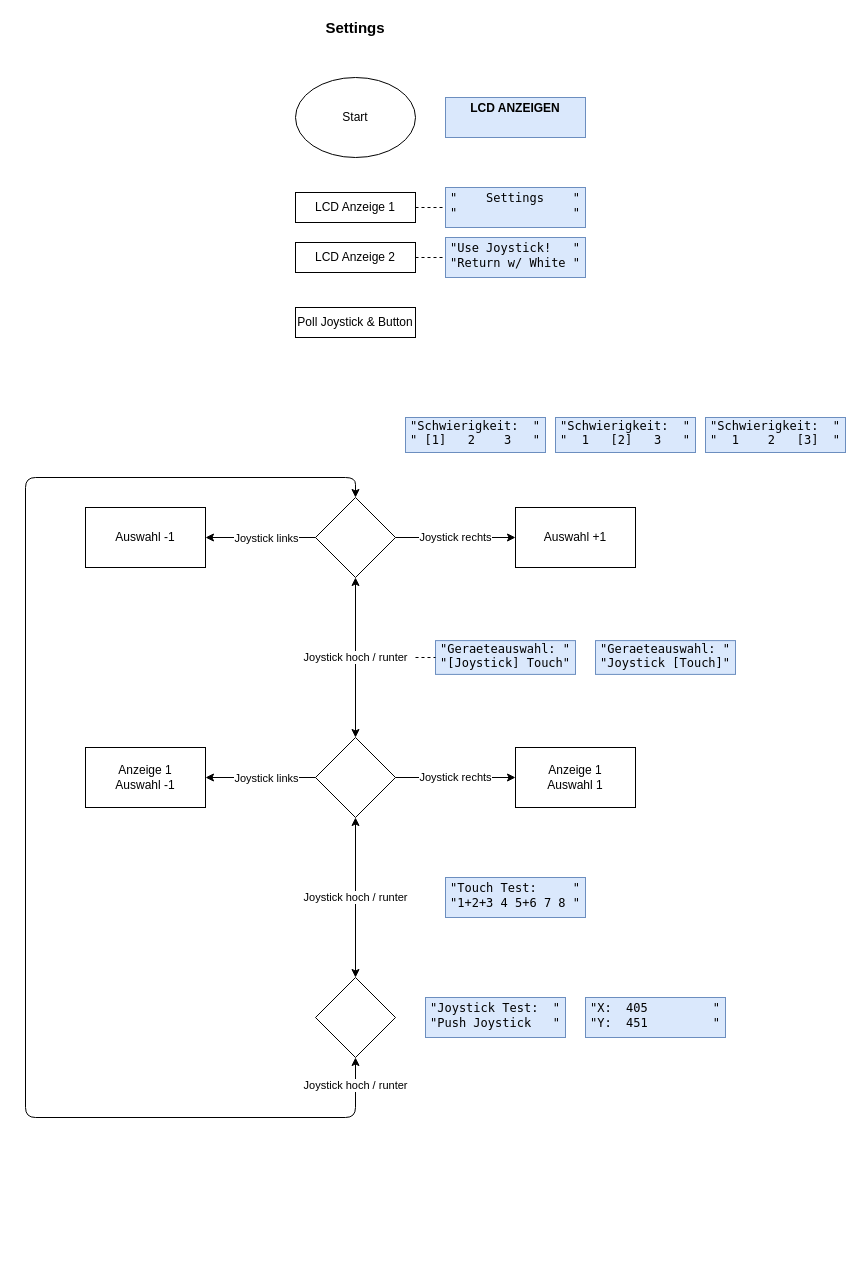
The draw.io diagram page "Settings" (2 of 4) of Untitled Diagram.drawio in Seafesko/Nucleo-Wecker, before the edit. Source tidied: cells renumbered, new cells numbered last; positions are measured from the earlier drawing's top-left corner, leaving out a move shared by most shapes. Both pictures are drawn from the tidied source at 100%, with x=0, y=0 at pixel (25, 17).
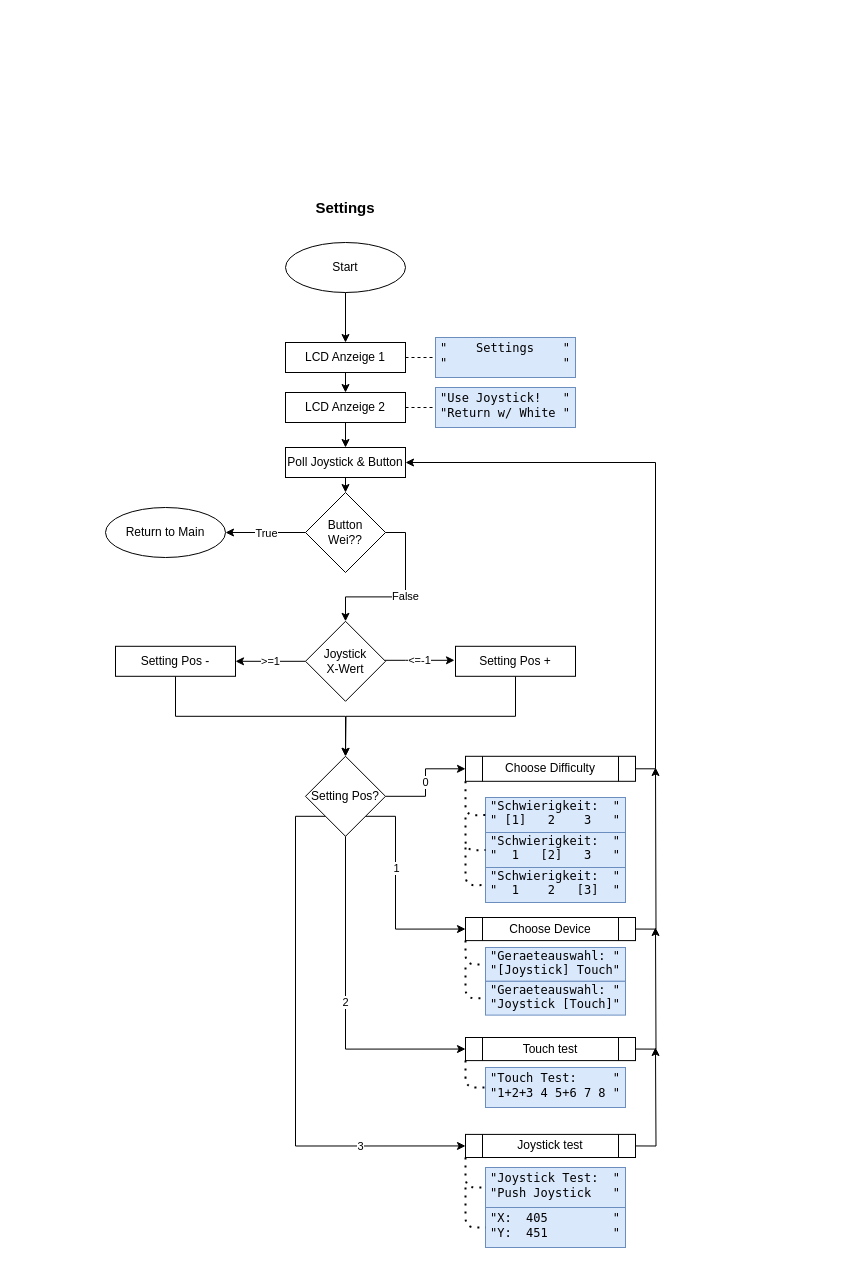
The same page after the edit.

The edit, as a diff of the source:
```diff
@@
     <mxCell id="2" value="&lt;b&gt;&lt;font style=&quot;font-size: 15px&quot;&gt;Settings&lt;/font&gt;&lt;/b&gt;" style="text;html=1;strokeColor=none;fillColor=none;align=center;verticalAlign=middle;whiteSpace=wrap;rounded=0;strokeWidth=4;" parent="1" vertex="1">
-      <mxGeometry x="310" width="40" height="20" as="geometry" />
+      <mxGeometry x="300" y="180" width="40" height="20" as="geometry" />
     </mxCell>
+    <mxCell id="37" style="edgeStyle=orthogonalEdgeStyle;rounded=0;jettySize=auto;html=1;exitX=0.5;exitY=1;exitDx=0;exitDy=0;entryX=0.5;entryY=0;entryDx=0;entryDy=0;" parent="1" edge="1" source="3" target="22">
+      <mxGeometry relative="1" as="geometry" />
+    </mxCell>
     <mxCell id="3" value="Start" style="ellipse;whiteSpace=wrap;html=1;" parent="1" vertex="1">
-      <mxGeometry x="270" y="60" width="120" height="80" as="geometry" />
+      <mxGeometry x="260" y="225" width="120" height="50" as="geometry" />
     </mxCell>
-    <mxCell id="4" value="Joystick hoch / runter" style="edgeStyle=orthogonalEdgeStyle;rounded=0;jettySize=auto;html=1;exitX=0.5;exitY=1;exitDx=0;exitDy=0;entryX=0.5;entryY=0;entryDx=0;entryDy=0;startArrow=classic;startFill=1;" parent="1" edge="1" source="5" target="11">
-      <mxGeometry relative="1" as="geometry" />
-    </mxCell>
+    <mxCell id="38" value="&amp;lt;=-1" style="edgeStyle=orthogonalEdgeStyle;rounded=0;orthogonalLoop=1;jettySize=auto;html=1;exitX=1;exitY=0.5;exitDx=0;exitDy=0;entryX=0;entryY=0.5;entryDx=0;entryDy=0;" parent="1" edge="1">
+      <mxGeometry relative="1" as="geometry">
+        <mxPoint x="359" y="642.8" as="sourcePoint" />
+        <mxPoint x="429" y="642.8" as="targetPoint" />
+        <Array as="points">
+          <mxPoint x="380" y="642.8" />
+          <mxPoint x="380" y="642.8" />
+        </Array>
+      </mxGeometry>
+    </mxCell>
+    <mxCell id="39" value="&amp;gt;=1" style="edgeStyle=orthogonalEdgeStyle;rounded=0;jettySize=auto;html=1;exitX=0;exitY=0.5;exitDx=0;exitDy=0;" parent="1" edge="1" source="5" target="50">
+      <mxGeometry relative="1" as="geometry" />
+    </mxCell>
-    <mxCell id="5" style="rhombus;whiteSpace=wrap;html=1;" parent="1" vertex="1">
-      <mxGeometry x="290" y="480" width="80" height="80" as="geometry" />
+    <mxCell id="5" value="&lt;div&gt;Joystick&lt;/div&gt;&lt;div&gt;X-Wert&lt;br&gt;&lt;/div&gt;" style="rhombus;whiteSpace=wrap;html=1;" parent="1" vertex="1">
+      <mxGeometry x="280" y="603.8" width="80" height="80" as="geometry" />
     </mxCell>
-    <mxCell id="6" value="Joystick rechts" style="endArrow=classic;html=1;" parent="1" edge="1" source="5">
-      <mxGeometry relative="1" as="geometry">
-        <mxPoint x="490" y="520" as="targetPoint" />
-      </mxGeometry>
-    </mxCell>
-    <mxCell id="7" value="&lt;div&gt;Auswahl +1&lt;br&gt;&lt;/div&gt;" style="rounded=0;whiteSpace=wrap;html=1;" parent="1" vertex="1">
-      <mxGeometry x="490" y="490" width="120" height="60" as="geometry" />
-    </mxCell>
-    <mxCell id="8" value="&lt;div&gt;Auswahl -1&lt;br&gt;&lt;/div&gt;" style="rounded=0;whiteSpace=wrap;html=1;" parent="1" vertex="1">
-      <mxGeometry x="60" y="490" width="120" height="60" as="geometry" />
-    </mxCell>
-    <mxCell id="9" style="endArrow=classic;html=1;exitX=0;exitY=0.5;exitDx=0;exitDy=0;entryX=1;entryY=0.5;entryDx=0;entryDy=0;" parent="1" edge="1" source="5" target="8">
-      <mxGeometry relative="1" as="geometry" />
-    </mxCell>
-    <mxCell id="10" value="Joystick links" style="edgeLabel;html=1;align=center;verticalAlign=middle;" parent="9" vertex="1">
-      <mxGeometry x="-0.25" y="3" relative="1" as="geometry">
-        <mxPoint x="-9" y="-3" as="offset" />
-      </mxGeometry>
-    </mxCell>
-    <mxCell id="11" style="rhombus;whiteSpace=wrap;html=1;" parent="1" vertex="1">
-      <mxGeometry x="290" y="720" width="80" height="80" as="geometry" />
-    </mxCell>
-    <mxCell id="12" value="Joystick rechts" style="endArrow=classic;html=1;" parent="1" edge="1" source="11">
-      <mxGeometry relative="1" as="geometry">
-        <mxPoint x="490" y="760" as="targetPoint" />
-      </mxGeometry>
-    </mxCell>
-    <mxCell id="13" value="&lt;div&gt;Anzeige 1&lt;br&gt;&lt;/div&gt;&lt;div&gt;Auswahl 1&lt;br&gt;&lt;/div&gt;" style="rounded=0;whiteSpace=wrap;html=1;" parent="1" vertex="1">
-      <mxGeometry x="490" y="730" width="120" height="60" as="geometry" />
-    </mxCell>
-    <mxCell id="14" value="&lt;div&gt;Anzeige 1&lt;br&gt;&lt;/div&gt;&lt;div&gt;Auswahl -1&lt;br&gt;&lt;/div&gt;" style="rounded=0;whiteSpace=wrap;html=1;" parent="1" vertex="1">
-      <mxGeometry x="60" y="730" width="120" height="60" as="geometry" />
-    </mxCell>
-    <mxCell id="15" style="endArrow=classic;html=1;exitX=0;exitY=0.5;exitDx=0;exitDy=0;entryX=1;entryY=0.5;entryDx=0;entryDy=0;" parent="1" edge="1" source="11" target="14">
-      <mxGeometry relative="1" as="geometry" />
-    </mxCell>
-    <mxCell id="16" value="Joystick links" style="edgeLabel;html=1;align=center;verticalAlign=middle;" parent="15" vertex="1">
-      <mxGeometry x="-0.25" y="3" relative="1" as="geometry">
-        <mxPoint x="-9" y="-3" as="offset" />
-      </mxGeometry>
-    </mxCell>
-    <mxCell id="17" style="rhombus;whiteSpace=wrap;html=1;" parent="1" vertex="1">
-      <mxGeometry x="290" y="960" width="80" height="80" as="geometry" />
-    </mxCell>
-    <mxCell id="18" value="Joystick hoch / runter" style="endArrow=classic;html=1;entryX=0.5;entryY=0;entryDx=0;entryDy=0;exitX=0.5;exitY=1;exitDx=0;exitDy=0;startArrow=classic;startFill=1;" parent="1" edge="1" source="11" target="17">
-      <mxGeometry relative="1" as="geometry" />
-    </mxCell>
-    <mxCell id="19" value="Joystick hoch / runter" style="endArrow=classic;html=1;exitX=0.5;exitY=1;exitDx=0;exitDy=0;entryX=0.5;entryY=0;entryDx=0;entryDy=0;startArrow=classic;startFill=1;" parent="1" edge="1" source="17" target="5">
-      <mxGeometry x="-0.96" relative="1" as="geometry">
-        <Array as="points">
-          <mxPoint x="330" y="1100" />
-          <mxPoint y="1100" />
-          <mxPoint y="460" />
-          <mxPoint x="330" y="460" />
-        </Array>
-      </mxGeometry>
-    </mxCell>
     <mxCell id="20" value="&lt;p&gt;&lt;font face=&quot;Lucida Console&quot;&gt;&quot;Schwierigkeit:&amp;nbsp; &quot; &quot; [1]&amp;nbsp;&amp;nbsp; 2&amp;nbsp;&amp;nbsp;&amp;nbsp; 3&amp;nbsp;&amp;nbsp; &quot;&lt;/font&gt;&lt;br&gt;&lt;/p&gt;" style="text;html=1;strokeColor=#6c8ebf;fillColor=#dae8fc;spacing=5;spacingTop=-20;whiteSpace=wrap;overflow=hidden;rounded=0;" parent="1" vertex="1">
-      <mxGeometry x="380" y="400" width="140" height="35" as="geometry" />
+      <mxGeometry x="460" y="780" width="140" height="35" as="geometry" />
     </mxCell>
     <mxCell id="21" value="&lt;div&gt;&lt;font face=&quot;Lucida Console&quot;&gt;&lt;br&gt;&lt;/font&gt;&lt;/div&gt;&lt;div&gt;&lt;font face=&quot;Lucida Console&quot;&gt;&quot;Touch Test:&amp;nbsp;&amp;nbsp;&amp;nbsp;&amp;nbsp; &quot;&lt;/font&gt;&lt;/div&gt;&lt;div&gt;&lt;font face=&quot;Lucida Console&quot;&gt;&quot;1+2+3 4 5+6 7 8 &quot;&lt;/font&gt;&lt;br&gt;&lt;/div&gt;" style="text;html=1;strokeColor=#6c8ebf;fillColor=#dae8fc;spacing=5;spacingTop=-20;whiteSpace=wrap;overflow=hidden;rounded=0;" parent="1" vertex="1">
-      <mxGeometry x="420" y="860" width="140" height="40" as="geometry" />
+      <mxGeometry x="460" y="1050" width="140" height="40" as="geometry" />
     </mxCell>
+    <mxCell id="40" style="edgeStyle=orthogonalEdgeStyle;rounded=0;jettySize=auto;html=1;exitX=0.5;exitY=1;exitDx=0;exitDy=0;entryX=0.5;entryY=0;entryDx=0;entryDy=0;" parent="1" edge="1" source="22" target="26">
+      <mxGeometry relative="1" as="geometry" />
+    </mxCell>
     <mxCell id="22" value="LCD Anzeige 1" style="rounded=0;whiteSpace=wrap;html=1;" parent="1" vertex="1">
-      <mxGeometry x="270" y="175" width="120" height="30" as="geometry" />
+      <mxGeometry x="260" y="325" width="120" height="30" as="geometry" />
     </mxCell>
     <mxCell id="23" value="&lt;div&gt;&lt;font face=&quot;Lucida Console&quot;&gt;&lt;br&gt;&lt;/font&gt;&lt;/div&gt;&lt;div&gt;&lt;font face=&quot;Lucida Console&quot;&gt;&quot;&amp;nbsp;&amp;nbsp;&amp;nbsp; Settings&amp;nbsp;&amp;nbsp;&amp;nbsp; &quot; &quot;&amp;nbsp;&amp;nbsp;&amp;nbsp;&amp;nbsp;&amp;nbsp;&amp;nbsp;&amp;nbsp;&amp;nbsp;&amp;nbsp;&amp;nbsp;&amp;nbsp;&amp;nbsp;&amp;nbsp;&amp;nbsp;&amp;nbsp; &quot;&lt;/font&gt;&lt;/div&gt;" style="text;html=1;strokeColor=#6c8ebf;fillColor=#dae8fc;spacing=5;spacingTop=-20;whiteSpace=wrap;overflow=hidden;rounded=0;" parent="1" vertex="1">
-      <mxGeometry x="420" y="170" width="140" height="40" as="geometry" />
+      <mxGeometry x="410" y="320" width="140" height="40" as="geometry" />
     </mxCell>
     <mxCell id="24" value="&lt;div&gt;&lt;font face=&quot;Lucida Console&quot;&gt;&lt;br&gt;&lt;/font&gt;&lt;/div&gt;&lt;div&gt;&lt;font face=&quot;Lucida Console&quot;&gt;&quot;Use Joystick!&amp;nbsp;&amp;nbsp; &quot;&lt;/font&gt;&lt;/div&gt;&lt;font face=&quot;Lucida Console&quot;&gt;&quot;Return w/ White &quot;&lt;/font&gt;" style="text;html=1;strokeColor=#6c8ebf;fillColor=#dae8fc;spacing=5;spacingTop=-20;whiteSpace=wrap;overflow=hidden;rounded=0;" parent="1" vertex="1">
-      <mxGeometry x="420" y="220" width="140" height="40" as="geometry" />
+      <mxGeometry x="410" y="370" width="140" height="40" as="geometry" />
     </mxCell>
@@
+    <mxCell id="41" style="edgeStyle=orthogonalEdgeStyle;rounded=0;jettySize=auto;html=1;exitX=0.5;exitY=1;exitDx=0;exitDy=0;entryX=0.5;entryY=0;entryDx=0;entryDy=0;" parent="1" edge="1" source="26" target="36">
+      <mxGeometry relative="1" as="geometry" />
+    </mxCell>
     <mxCell id="26" value="LCD Anzeige 2" style="rounded=0;whiteSpace=wrap;html=1;" parent="1" vertex="1">
-      <mxGeometry x="270" y="225" width="120" height="30" as="geometry" />
+      <mxGeometry x="260" y="375" width="120" height="30" as="geometry" />
     </mxCell>
@@
     <mxCell id="28" value="&lt;p&gt;&lt;font face=&quot;Lucida Console&quot;&gt;&quot;Geraeteauswahl: &quot; &quot;[Joystick] Touch&quot;&lt;/font&gt;&lt;br&gt;&lt;/p&gt;" style="text;html=1;strokeColor=#6c8ebf;fillColor=#dae8fc;spacing=5;spacingTop=-20;whiteSpace=wrap;overflow=hidden;rounded=0;" parent="1" vertex="1">
-      <mxGeometry x="410" y="623.1" width="140" height="33.8" as="geometry" />
+      <mxGeometry x="460" y="930" width="140" height="33.8" as="geometry" />
     </mxCell>
-    <mxCell id="29" style="endArrow=none;dashed=1;html=1;entryX=0;entryY=0.5;entryDx=0;entryDy=0;exitX=1;exitY=0.5;exitDx=0;exitDy=0;" parent="1" edge="1" target="28">
-      <mxGeometry relative="1" as="geometry">
-        <mxPoint x="390" y="640" as="sourcePoint" />
-      </mxGeometry>
-    </mxCell>
     <mxCell id="30" value="&lt;p&gt;&lt;font face=&quot;Lucida Console&quot;&gt;&quot;Geraeteauswahl: &quot; &quot;Joystick [Touch]&quot;&lt;/font&gt;&lt;br&gt;&lt;/p&gt;" style="text;html=1;strokeColor=#6c8ebf;fillColor=#dae8fc;spacing=5;spacingTop=-20;whiteSpace=wrap;overflow=hidden;rounded=0;" parent="1" vertex="1">
-      <mxGeometry x="570" y="623.1" width="140" height="33.8" as="geometry" />
+      <mxGeometry x="460" y="963.8" width="140" height="33.8" as="geometry" />
     </mxCell>
     <mxCell id="31" value="&lt;p&gt;&lt;font face=&quot;Lucida Console&quot;&gt;&quot;Schwierigkeit:&amp;nbsp; &quot; &quot;&amp;nbsp; 1&amp;nbsp;&amp;nbsp; [2] &amp;nbsp; 3&amp;nbsp;&amp;nbsp; &quot;&lt;/font&gt;&lt;br&gt;&lt;/p&gt;" style="text;html=1;strokeColor=#6c8ebf;fillColor=#dae8fc;spacing=5;spacingTop=-20;whiteSpace=wrap;overflow=hidden;rounded=0;" parent="1" vertex="1">
-      <mxGeometry x="530" y="400" width="140" height="35" as="geometry" />
+      <mxGeometry x="460" y="815" width="140" height="35" as="geometry" />
     </mxCell>
     <mxCell id="32" value="&lt;div&gt;&lt;font face=&quot;Lucida Console&quot;&gt;&lt;br&gt;&lt;/font&gt;&lt;/div&gt;&lt;div&gt;&lt;font face=&quot;Lucida Console&quot;&gt;&quot;Joystick Test:&amp;nbsp; &quot; &quot;Push Joystick&amp;nbsp;&amp;nbsp; &quot;&lt;/font&gt;&lt;/div&gt;" style="text;html=1;strokeColor=#6c8ebf;fillColor=#dae8fc;spacing=5;spacingTop=-20;whiteSpace=wrap;overflow=hidden;rounded=0;" parent="1" vertex="1">
-      <mxGeometry x="400" y="980" width="140" height="40" as="geometry" />
+      <mxGeometry x="460" y="1150" width="140" height="40" as="geometry" />
     </mxCell>
     <mxCell id="33" value="&lt;div&gt;&lt;font face=&quot;Lucida Console&quot;&gt;&lt;br&gt;&lt;/font&gt;&lt;/div&gt;&lt;div&gt;&lt;font face=&quot;Lucida Console&quot;&gt;&quot;X:&amp;nbsp; 405 &amp;nbsp; &amp;nbsp;&amp;nbsp;&amp;nbsp;&amp;nbsp;&amp;nbsp; &quot;&lt;/font&gt;&lt;/div&gt;&lt;font face=&quot;Lucida Console&quot;&gt;&quot;Y:&amp;nbsp; 451 &amp;nbsp;&amp;nbsp;&amp;nbsp;&amp;nbsp;&amp;nbsp;&amp;nbsp;&amp;nbsp; &quot;&lt;/font&gt;" style="text;html=1;strokeColor=#6c8ebf;fillColor=#dae8fc;spacing=5;spacingTop=-20;whiteSpace=wrap;overflow=hidden;rounded=0;" parent="1" vertex="1">
-      <mxGeometry x="560" y="980" width="140" height="40" as="geometry" />
+      <mxGeometry x="460" y="1190" width="140" height="40" as="geometry" />
     </mxCell>
-    <mxCell id="34" value="&lt;div align=&quot;center&quot;&gt;&lt;b&gt;&lt;br&gt;&lt;/b&gt;&lt;/div&gt;&lt;div align=&quot;center&quot;&gt;&lt;b&gt;LCD ANZEIGEN&lt;/b&gt;&lt;/div&gt;" style="text;html=1;strokeColor=#6c8ebf;fillColor=#dae8fc;spacing=5;spacingTop=-20;whiteSpace=wrap;overflow=hidden;rounded=0;align=center;" parent="1" vertex="1">
-      <mxGeometry x="420" y="80" width="140" height="40" as="geometry" />
-    </mxCell>
     <mxCell id="35" value="&lt;p&gt;&lt;font face=&quot;Lucida Console&quot;&gt;&quot;Schwierigkeit:&amp;nbsp; &quot; &quot;&amp;nbsp; 1&amp;nbsp;&amp;nbsp;&amp;nbsp; 2&amp;nbsp;&amp;nbsp; [3]&amp;nbsp; &quot;&lt;/font&gt;&lt;br&gt;&lt;/p&gt;" style="text;html=1;strokeColor=#6c8ebf;fillColor=#dae8fc;spacing=5;spacingTop=-20;whiteSpace=wrap;overflow=hidden;rounded=0;" parent="1" vertex="1">
-      <mxGeometry x="680" y="400" width="140" height="35" as="geometry" />
+      <mxGeometry x="460" y="850" width="140" height="35" as="geometry" />
     </mxCell>
+    <mxCell id="42" style="edgeStyle=orthogonalEdgeStyle;rounded=0;jettySize=auto;html=1;exitX=0.5;exitY=1;exitDx=0;exitDy=0;entryX=0.5;entryY=0;entryDx=0;entryDy=0;" parent="1" edge="1" source="36" target="64">
+      <mxGeometry relative="1" as="geometry" />
+    </mxCell>
     <mxCell id="36" value="Poll Joystick &amp;amp; Button " style="rounded=0;whiteSpace=wrap;html=1;" parent="1" vertex="1">
-      <mxGeometry x="270" y="290" width="120" height="30" as="geometry" />
+      <mxGeometry x="260" y="430" width="120" height="30" as="geometry" />
     </mxCell>
+    <mxCell id="43" style="edgeStyle=orthogonalEdgeStyle;rounded=0;jettySize=auto;html=1;exitX=1;exitY=0.5;exitDx=0;exitDy=0;entryX=1;entryY=0.5;entryDx=0;entryDy=0;" parent="1" edge="1" source="44" target="36">
+      <mxGeometry relative="1" as="geometry" />
+    </mxCell>
+    <mxCell id="44" value="Choose Difficulty" style="shape=process;whiteSpace=wrap;html=1;backgroundOutline=1;" parent="1" vertex="1">
+      <mxGeometry x="440" y="738.8" width="170" height="25" as="geometry" />
+    </mxCell>
+    <mxCell id="45" style="edgeStyle=orthogonalEdgeStyle;rounded=0;jettySize=auto;html=1;exitX=1;exitY=0.5;exitDx=0;exitDy=0;" parent="1" edge="1" source="46">
+      <mxGeometry relative="1" as="geometry">
+        <mxPoint x="630" y="750" as="targetPoint" />
+      </mxGeometry>
+    </mxCell>
+    <mxCell id="46" value="Choose Device" style="shape=process;whiteSpace=wrap;html=1;backgroundOutline=1;" parent="1" vertex="1">
+      <mxGeometry x="440" y="900" width="170" height="23.1" as="geometry" />
+    </mxCell>
+    <mxCell id="47" style="edgeStyle=orthogonalEdgeStyle;rounded=0;jettySize=auto;html=1;exitX=0.5;exitY=1;exitDx=0;exitDy=0;" parent="1" edge="1" source="48">
+      <mxGeometry relative="1" as="geometry">
+        <mxPoint x="320" y="738.8" as="targetPoint" />
+      </mxGeometry>
+    </mxCell>
+    <mxCell id="48" value="Setting Pos +" style="rounded=0;whiteSpace=wrap;html=1;" parent="1" vertex="1">
+      <mxGeometry x="430" y="628.8" width="120" height="30" as="geometry" />
+    </mxCell>
+    <mxCell id="49" style="edgeStyle=orthogonalEdgeStyle;rounded=0;jettySize=auto;html=1;exitX=0.5;exitY=0;exitDx=0;exitDy=0;entryX=0.5;entryY=0;entryDx=0;entryDy=0;" parent="1" edge="1" source="50" target="57">
+      <mxGeometry relative="1" as="geometry" />
+    </mxCell>
+    <mxCell id="50" value="Setting Pos -" style="rounded=0;whiteSpace=wrap;html=1;direction=west;" parent="1" vertex="1">
+      <mxGeometry x="90" y="628.8" width="120" height="30" as="geometry" />
+    </mxCell>
+    <mxCell id="51" value="0" style="edgeStyle=orthogonalEdgeStyle;rounded=0;jettySize=auto;html=1;exitX=1;exitY=0.5;exitDx=0;exitDy=0;entryX=0;entryY=0.5;entryDx=0;entryDy=0;" parent="1" edge="1" source="57" target="44">
+      <mxGeometry relative="1" as="geometry" />
+    </mxCell>
+    <mxCell id="52" style="edgeStyle=orthogonalEdgeStyle;rounded=0;jettySize=auto;html=1;exitX=1;exitY=1;exitDx=0;exitDy=0;entryX=0;entryY=0.5;entryDx=0;entryDy=0;" parent="1" edge="1" source="57" target="46">
+      <mxGeometry relative="1" as="geometry">
+        <Array as="points">
+          <mxPoint x="370" y="799" />
+          <mxPoint x="370" y="912" />
+        </Array>
+      </mxGeometry>
+    </mxCell>
+    <mxCell id="53" value="1" style="edgeLabel;html=1;align=center;verticalAlign=middle;" parent="52" vertex="1">
+      <mxGeometry x="-0.23" relative="1" as="geometry" />
+    </mxCell>
+    <mxCell id="54" value="2" style="edgeStyle=orthogonalEdgeStyle;rounded=0;jettySize=auto;html=1;exitX=0.5;exitY=1;exitDx=0;exitDy=0;entryX=0;entryY=0.5;entryDx=0;entryDy=0;" parent="1" edge="1" source="57" target="59">
+      <mxGeometry relative="1" as="geometry" />
+    </mxCell>
+    <mxCell id="55" style="edgeStyle=orthogonalEdgeStyle;rounded=0;jettySize=auto;html=1;exitX=0;exitY=1;exitDx=0;exitDy=0;entryX=0;entryY=0.5;entryDx=0;entryDy=0;" parent="1" edge="1" source="57" target="61">
+      <mxGeometry relative="1" as="geometry">
+        <Array as="points">
+          <mxPoint x="270" y="799" />
+          <mxPoint x="270" y="1128" />
+        </Array>
+      </mxGeometry>
+    </mxCell>
+    <mxCell id="56" value="3" style="edgeLabel;html=1;align=center;verticalAlign=middle;" parent="55" vertex="1">
+      <mxGeometry x="0.6" relative="1" as="geometry" />
+    </mxCell>
+    <mxCell id="57" value="Setting Pos?" style="rhombus;whiteSpace=wrap;html=1;" parent="1" vertex="1">
+      <mxGeometry x="280" y="738.8" width="80" height="80" as="geometry" />
+    </mxCell>
+    <mxCell id="58" style="edgeStyle=orthogonalEdgeStyle;rounded=0;jettySize=auto;html=1;exitX=1;exitY=0.5;exitDx=0;exitDy=0;" parent="1" edge="1" source="59">
+      <mxGeometry relative="1" as="geometry">
+        <mxPoint x="630" y="910" as="targetPoint" />
+      </mxGeometry>
+    </mxCell>
+    <mxCell id="59" value="Touch test" style="shape=process;whiteSpace=wrap;html=1;backgroundOutline=1;" parent="1" vertex="1">
+      <mxGeometry x="440" y="1020" width="170" height="23.1" as="geometry" />
+    </mxCell>
+    <mxCell id="60" style="edgeStyle=orthogonalEdgeStyle;rounded=0;jettySize=auto;html=1;exitX=1;exitY=0.5;exitDx=0;exitDy=0;" parent="1" edge="1" source="61">
+      <mxGeometry relative="1" as="geometry">
+        <mxPoint x="630" y="1030" as="targetPoint" />
+      </mxGeometry>
+    </mxCell>
+    <mxCell id="61" value="Joystick test" style="shape=process;whiteSpace=wrap;html=1;backgroundOutline=1;" parent="1" vertex="1">
+      <mxGeometry x="440" y="1116.9" width="170" height="23.1" as="geometry" />
+    </mxCell>
+    <mxCell id="62" value="False" style="edgeStyle=orthogonalEdgeStyle;rounded=0;jettySize=auto;html=1;exitX=1;exitY=0.5;exitDx=0;exitDy=0;entryX=0.5;entryY=0;entryDx=0;entryDy=0;" parent="1" edge="1" source="64" target="5">
+      <mxGeometry relative="1" as="geometry" />
+    </mxCell>
+    <mxCell id="63" value="True" style="edgeStyle=orthogonalEdgeStyle;rounded=0;jettySize=auto;html=1;exitX=0;exitY=0.5;exitDx=0;exitDy=0;" parent="1" edge="1" source="64">
+      <mxGeometry relative="1" as="geometry">
+        <mxPoint x="200" y="515" as="targetPoint" />
+      </mxGeometry>
+    </mxCell>
+    <mxCell id="64" value="&lt;div&gt;Button&lt;/div&gt;&lt;div&gt;Wei??&lt;br&gt;&lt;/div&gt;" style="rhombus;whiteSpace=wrap;html=1;" parent="1" vertex="1">
+      <mxGeometry x="280" y="475" width="80" height="80" as="geometry" />
+    </mxCell>
+    <mxCell id="65" value="Return to Main" style="ellipse;whiteSpace=wrap;html=1;" parent="1" vertex="1">
+      <mxGeometry x="80" y="490" width="120" height="50" as="geometry" />
+    </mxCell>
+    <mxCell id="66" style="endArrow=none;dashed=1;html=1;dashPattern=1 3;strokeWidth=2;entryX=0;entryY=0.5;entryDx=0;entryDy=0;exitX=0;exitY=1;exitDx=0;exitDy=0;" parent="1" edge="1" source="44" target="20">
+      <mxGeometry relative="1" as="geometry">
+        <Array as="points">
+          <mxPoint x="440" y="798" />
+        </Array>
+      </mxGeometry>
+    </mxCell>
+    <mxCell id="67" style="endArrow=none;dashed=1;html=1;dashPattern=1 3;strokeWidth=2;entryX=0;entryY=0.5;entryDx=0;entryDy=0;" parent="1" edge="1" target="31">
+      <mxGeometry relative="1" as="geometry">
+        <mxPoint x="440" y="800" as="sourcePoint" />
+        <Array as="points">
+          <mxPoint x="440" y="833" />
+        </Array>
+      </mxGeometry>
+    </mxCell>
+    <mxCell id="68" style="endArrow=none;dashed=1;html=1;dashPattern=1 3;strokeWidth=2;entryX=0;entryY=0.5;entryDx=0;entryDy=0;" parent="1" edge="1" target="35">
+      <mxGeometry relative="1" as="geometry">
+        <mxPoint x="440" y="830" as="sourcePoint" />
+        <Array as="points">
+          <mxPoint x="440" y="868" />
+        </Array>
+      </mxGeometry>
+    </mxCell>
+    <mxCell id="69" style="endArrow=none;dashed=1;html=1;dashPattern=1 3;strokeWidth=2;entryX=0;entryY=0.5;entryDx=0;entryDy=0;exitX=0;exitY=1;exitDx=0;exitDy=0;" parent="1" edge="1" source="46" target="28">
+      <mxGeometry relative="1" as="geometry">
+        <Array as="points">
+          <mxPoint x="440" y="947" />
+        </Array>
+      </mxGeometry>
+    </mxCell>
+    <mxCell id="70" style="endArrow=none;dashed=1;html=1;dashPattern=1 3;strokeWidth=2;entryX=0;entryY=0.5;entryDx=0;entryDy=0;" parent="1" edge="1" target="30">
+      <mxGeometry relative="1" as="geometry">
+        <mxPoint x="440" y="950" as="sourcePoint" />
+        <Array as="points">
+          <mxPoint x="440" y="981" />
+        </Array>
+      </mxGeometry>
+    </mxCell>
+    <mxCell id="71" style="endArrow=none;dashed=1;html=1;dashPattern=1 3;strokeWidth=2;entryX=0;entryY=0.5;entryDx=0;entryDy=0;exitX=0;exitY=1;exitDx=0;exitDy=0;" parent="1" edge="1" source="59" target="21">
+      <mxGeometry relative="1" as="geometry">
+        <Array as="points">
+          <mxPoint x="440" y="1070" />
+        </Array>
+      </mxGeometry>
+    </mxCell>
+    <mxCell id="72" style="endArrow=none;dashed=1;html=1;dashPattern=1 3;strokeWidth=2;entryX=0;entryY=0.5;entryDx=0;entryDy=0;exitX=0;exitY=1;exitDx=0;exitDy=0;" parent="1" edge="1" source="61" target="32">
+      <mxGeometry relative="1" as="geometry">
+        <Array as="points">
+          <mxPoint x="440" y="1170" />
+        </Array>
+      </mxGeometry>
+    </mxCell>
+    <mxCell id="73" style="endArrow=none;dashed=1;html=1;dashPattern=1 3;strokeWidth=2;entryX=0;entryY=0.5;entryDx=0;entryDy=0;" parent="1" edge="1" target="33">
+      <mxGeometry relative="1" as="geometry">
+        <mxPoint x="440" y="1170" as="sourcePoint" />
+        <Array as="points">
+          <mxPoint x="440" y="1210" />
+        </Array>
+      </mxGeometry>
+    </mxCell>
```
